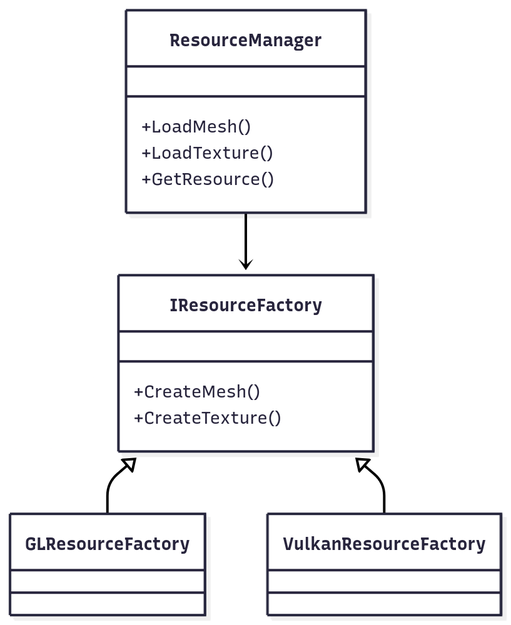
The Mermaid diagram figures/uml_resources.png in Fuwuffyi/thesis-project-tex, before a commit. Its source is kept beside it as figures/uml_resources.mermaid.
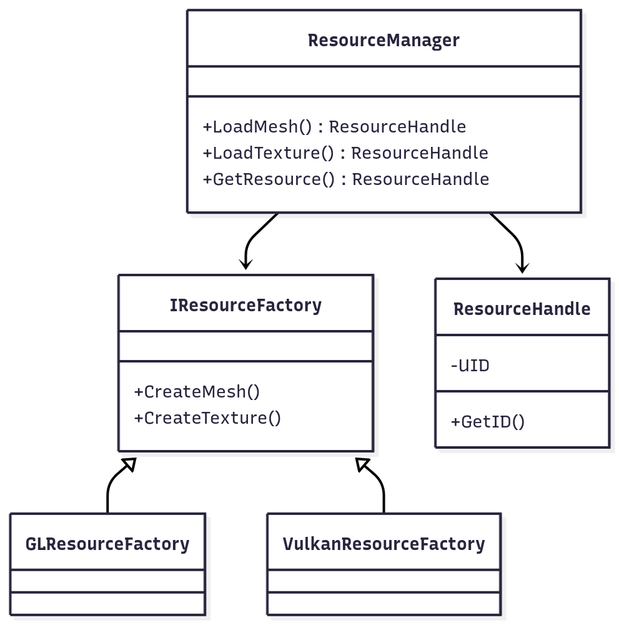
Later version of the same file.

Change to the diagram source:
```diff
@@ -1,8 +1,8 @@
 classDiagram
     class ResourceManager{
-        +LoadMesh()
-        +LoadTexture()
-        +GetResource()
+        +LoadMesh() ResourceHandle
+        +LoadTexture() ResourceHandle
+        +GetResource() ResourceHandle
     }
     class IResourceFactory{
         +CreateMesh()
@@ -10,6 +10,12 @@
     }
     class GLResourceFactory
     class VulkanResourceFactory
+    class ResourceHandle{
+        -UID
+        +GetID()
+    }
+
     ResourceManager --> IResourceFactory
     IResourceFactory <|-- GLResourceFactory
     IResourceFactory <|-- VulkanResourceFactory
+    ResourceManager --> ResourceHandle
```
